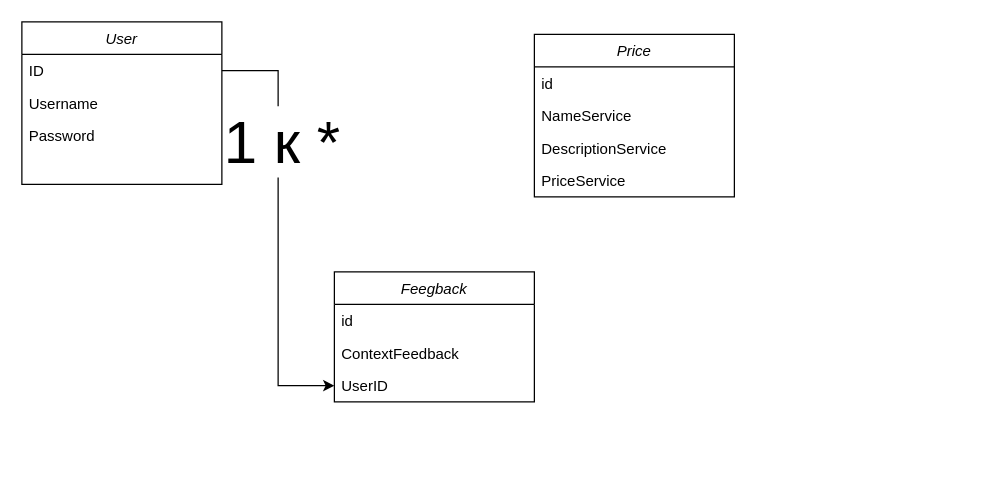
Teddy-Bear-IT/ChessResource keeps this draw.io diagram as ResourcesProject/Диаграмма проекта.drawio. Above is the earlier version. Source tidied: cells renumbered, new cells numbered last; positions are measured from the earlier drawing's top-left corner, leaving out a move shared by most shapes. Both pictures are drawn from the tidied source at 125%, with x=0, y=0 at pixel (21, 21).
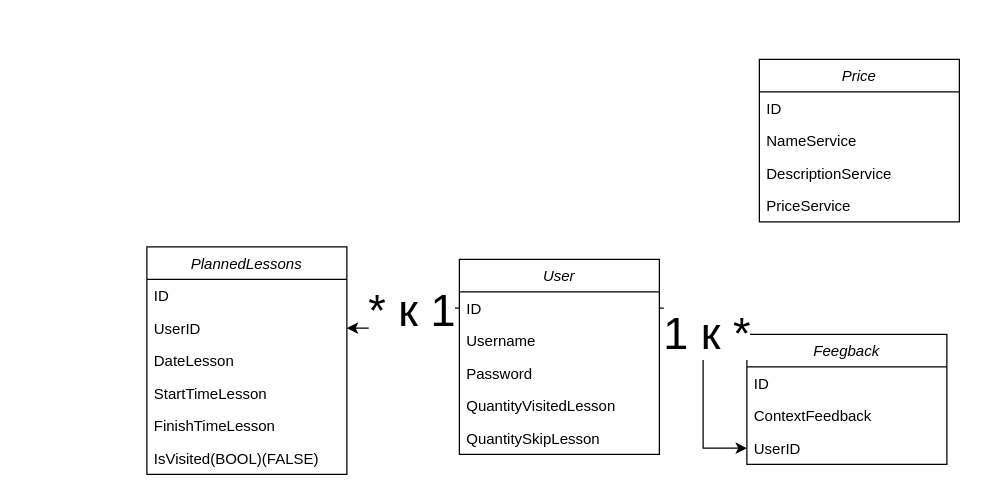
After the change.

Unchanged cells that the change refers to:
```xml
<mxCell id="3" value="ID" style="text;align=left;verticalAlign=top;spacingLeft=4;spacingRight=4;overflow=hidden;points=[[0,0.5],[1,0.5]];portConstraint=eastwest;" parent="2" vertex="1">
  <mxGeometry y="26" width="160" height="26" as="geometry" />
</mxCell>
<mxCell id="15" style="edgeStyle=orthogonalEdgeStyle;rounded=0;jettySize=auto;html=1;" parent="1" edge="1" source="3" target="14">
  <mxGeometry relative="1" as="geometry" />
</mxCell>
```

What changed in the source:
```diff
@@
     <mxCell id="2" value="User" style="swimlane;fontStyle=2;align=center;verticalAlign=top;horizontal=1;startSize=26;rounded=0;shadow=0;strokeWidth=1;" parent="1" vertex="1">
-      <mxGeometry width="160" height="130" as="geometry" />
+      <mxGeometry x="350" y="190" width="160" height="156" as="geometry" />
     </mxCell>
@@
+    <mxCell id="17" value="QuantityVisitedLesson" style="text;align=left;verticalAlign=top;spacingLeft=4;spacingRight=4;overflow=hidden;rounded=0;shadow=0;html=0;" parent="2" vertex="1">
+      <mxGeometry y="104" width="160" height="26" as="geometry" />
+    </mxCell>
+    <mxCell id="18" value="QuantitySkipLesson" style="text;align=left;verticalAlign=top;spacingLeft=4;spacingRight=4;overflow=hidden;rounded=0;shadow=0;html=0;" parent="2" vertex="1">
+      <mxGeometry y="130" width="160" height="26" as="geometry" />
+    </mxCell>
     <mxCell id="6" value="Price" style="swimlane;fontStyle=2;align=center;verticalAlign=top;horizontal=1;startSize=26;rounded=0;shadow=0;strokeWidth=1;" parent="1" vertex="1">
-      <mxGeometry x="410" y="10" width="160" height="130" as="geometry" />
+      <mxGeometry x="590" y="30" width="160" height="130" as="geometry" />
     </mxCell>
-    <mxCell id="7" value="id" style="text;align=left;verticalAlign=top;spacingLeft=4;spacingRight=4;overflow=hidden;" parent="6" vertex="1">
+    <mxCell id="7" value="ID" style="text;align=left;verticalAlign=top;spacingLeft=4;spacingRight=4;overflow=hidden;" parent="6" vertex="1">
       <mxGeometry y="26" width="160" height="26" as="geometry" />
     </mxCell>
@@
     <mxCell id="11" value="Feegback" style="swimlane;fontStyle=2;align=center;verticalAlign=top;horizontal=1;startSize=26;rounded=0;shadow=0;strokeWidth=1;" parent="1" vertex="1">
-      <mxGeometry x="250" y="200" width="160" height="104" as="geometry" />
+      <mxGeometry x="580" y="250" width="160" height="104" as="geometry" />
     </mxCell>
-    <mxCell id="12" value="id" style="text;align=left;verticalAlign=top;spacingLeft=4;spacingRight=4;overflow=hidden;" parent="11" vertex="1">
+    <mxCell id="12" value="ID" style="text;align=left;verticalAlign=top;spacingLeft=4;spacingRight=4;overflow=hidden;" parent="11" vertex="1">
       <mxGeometry y="26" width="160" height="26" as="geometry" />
     </mxCell>
@@
-    <mxCell id="16" value="&lt;font style=&quot;font-size: 48px;&quot;&gt;1 к *&lt;/font&gt;" style="edgeLabel;html=1;align=center;verticalAlign=middle;" parent="15" vertex="1">
+    <mxCell id="16" value="&lt;font style=&quot;font-size: 36px;&quot;&gt;1 к *&lt;/font&gt;" style="edgeLabel;html=1;align=center;verticalAlign=middle;" parent="15" vertex="1">
       <mxGeometry x="-0.41" y="2" relative="1" as="geometry" />
     </mxCell>
+    <mxCell id="19" value="PlannedLessons" style="swimlane;fontStyle=2;align=center;verticalAlign=top;horizontal=1;startSize=26;rounded=0;shadow=0;strokeWidth=1;" parent="1" vertex="1">
+      <mxGeometry x="100" y="180" width="160" height="182" as="geometry" />
+    </mxCell>
+    <mxCell id="20" value="ID" style="text;align=left;verticalAlign=top;spacingLeft=4;spacingRight=4;overflow=hidden;" parent="19" vertex="1">
+      <mxGeometry y="26" width="160" height="26" as="geometry" />
+    </mxCell>
+    <mxCell id="21" value="UserID" style="text;align=left;verticalAlign=top;spacingLeft=4;spacingRight=4;overflow=hidden;points=[[0,0.5],[1,0.5]];portConstraint=eastwest;rounded=0;shadow=0;html=0;" parent="19" vertex="1">
+      <mxGeometry y="52" width="160" height="26" as="geometry" />
+    </mxCell>
+    <mxCell id="22" value="DateLesson" style="text;align=left;verticalAlign=top;spacingLeft=4;spacingRight=4;overflow=hidden;rounded=0;shadow=0;html=0;" parent="19" vertex="1">
+      <mxGeometry y="78" width="160" height="26" as="geometry" />
+    </mxCell>
+    <mxCell id="23" value="StartTimeLesson" style="text;align=left;verticalAlign=top;spacingLeft=4;spacingRight=4;overflow=hidden;rounded=0;shadow=0;html=0;" parent="19" vertex="1">
+      <mxGeometry y="104" width="160" height="26" as="geometry" />
+    </mxCell>
+    <mxCell id="24" value="FinishTimeLesson" style="text;align=left;verticalAlign=top;spacingLeft=4;spacingRight=4;overflow=hidden;rounded=0;shadow=0;html=0;" parent="19" vertex="1">
+      <mxGeometry y="130" width="160" height="26" as="geometry" />
+    </mxCell>
+    <mxCell id="25" value="IsVisited(BOOL)(FALSE)" style="text;align=left;verticalAlign=top;spacingLeft=4;spacingRight=4;overflow=hidden;rounded=0;shadow=0;html=0;" parent="19" vertex="1">
+      <mxGeometry y="156" width="160" height="26" as="geometry" />
+    </mxCell>
+    <mxCell id="26" style="edgeStyle=orthogonalEdgeStyle;rounded=0;jettySize=auto;html=1;" parent="1" edge="1" source="3" target="21">
+      <mxGeometry relative="1" as="geometry" />
+    </mxCell>
+    <mxCell id="27" value="&lt;font style=&quot;font-size: 36px;&quot;&gt;* к 1&lt;/font&gt;" style="edgeLabel;html=1;align=center;verticalAlign=middle;" parent="26" vertex="1">
+      <mxGeometry x="-0.27" y="1" relative="1" as="geometry" />
+    </mxCell>
```
